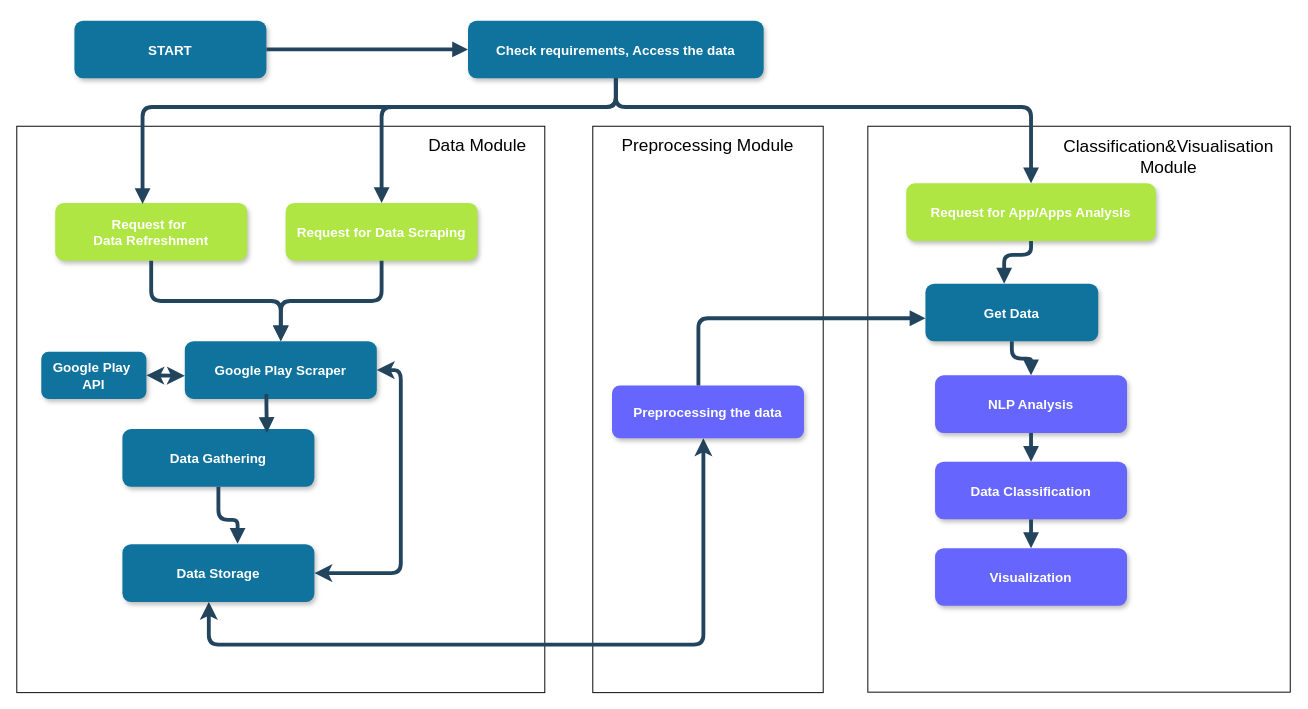
Earlier version of the draw.io diagram diagrams/Diagram System Architecture.drawio (mikolaj2268/review_radar). Source tidied: cells renumbered, new cells numbered last; positions are measured from the earlier drawing's top-left corner, leaving out a move shared by most shapes. Both pictures are drawn from the tidied source at 96%, with x=0, y=0 at pixel (16, 20).
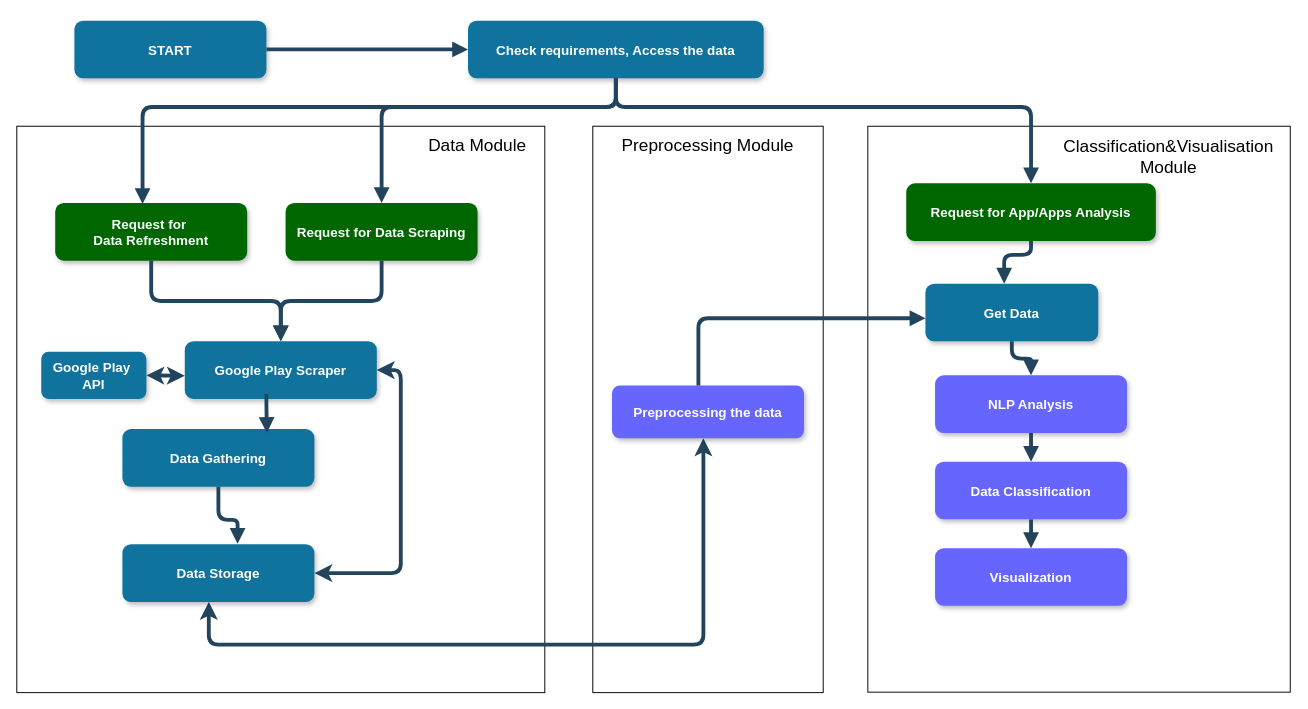
Above is the later version.

Diff of the diagram source:
```diff
@@
-    <mxCell id="7" value="Request for &#10;Data Refreshment" style="rounded=1;fillColor=#B0E643;strokeColor=none;shadow=1;gradientColor=none;fontStyle=1;fontColor=#FFFFFF;fontSize=14;" parent="1" vertex="1">
+    <mxCell id="7" value="Request for &#10;Data Refreshment" style="rounded=1;fillColor=#006600;strokeColor=none;shadow=1;gradientColor=none;fontStyle=1;fontColor=#FFFFFF;fontSize=14;" parent="1" vertex="1">
       <mxGeometry x="40" y="190" width="200" height="60" as="geometry" />
     </mxCell>
-    <mxCell id="8" value="Request for Data Scraping" style="rounded=1;fillColor=#B0E643;strokeColor=none;shadow=1;gradientColor=none;fontStyle=1;fontColor=#FFFFFF;fontSize=14;" parent="1" vertex="1">
+    <mxCell id="8" value="Request for Data Scraping" style="rounded=1;fillColor=#006600;strokeColor=none;shadow=1;gradientColor=none;fontStyle=1;fontColor=#FFFFFF;fontSize=14;" parent="1" vertex="1">
       <mxGeometry x="280" y="190" width="200" height="60" as="geometry" />
     </mxCell>
-    <mxCell id="9" value="Request for App/Apps Analysis" style="rounded=1;fillColor=#B0E643;strokeColor=none;shadow=1;gradientColor=none;fontStyle=1;fontColor=#FFFFFF;fontSize=14;" parent="1" vertex="1">
+    <mxCell id="9" value="Request for App/Apps Analysis" style="rounded=1;fillColor=#006600;strokeColor=none;shadow=1;gradientColor=none;fontStyle=1;fontColor=#FFFFFF;fontSize=14;" parent="1" vertex="1">
       <mxGeometry x="926.5" y="169.5" width="260" height="60" as="geometry" />
     </mxCell>
```
